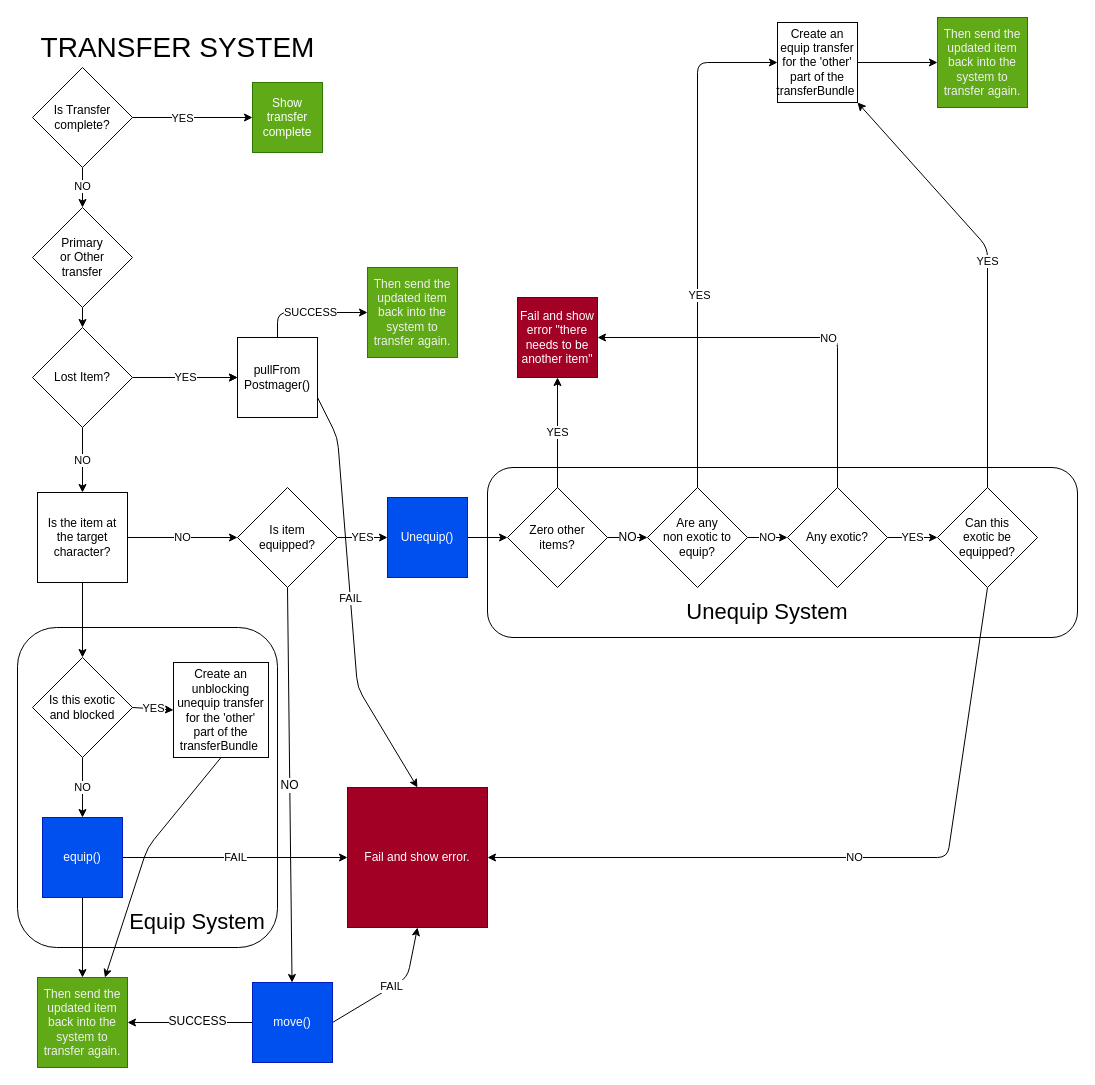
This is mono/docs/starlight/src/content/docs/transferSystem.dio from NigelBreslaw/guardian-ghost, a draw.io file, before an edit. Source tidied: cells renumbered, new cells numbered last; positions are measured from the earlier drawing's top-left corner, leaving out a move shared by most shapes. Both pictures are drawn from the tidied source at 100%, with x=0, y=0 at pixel (17, 17).
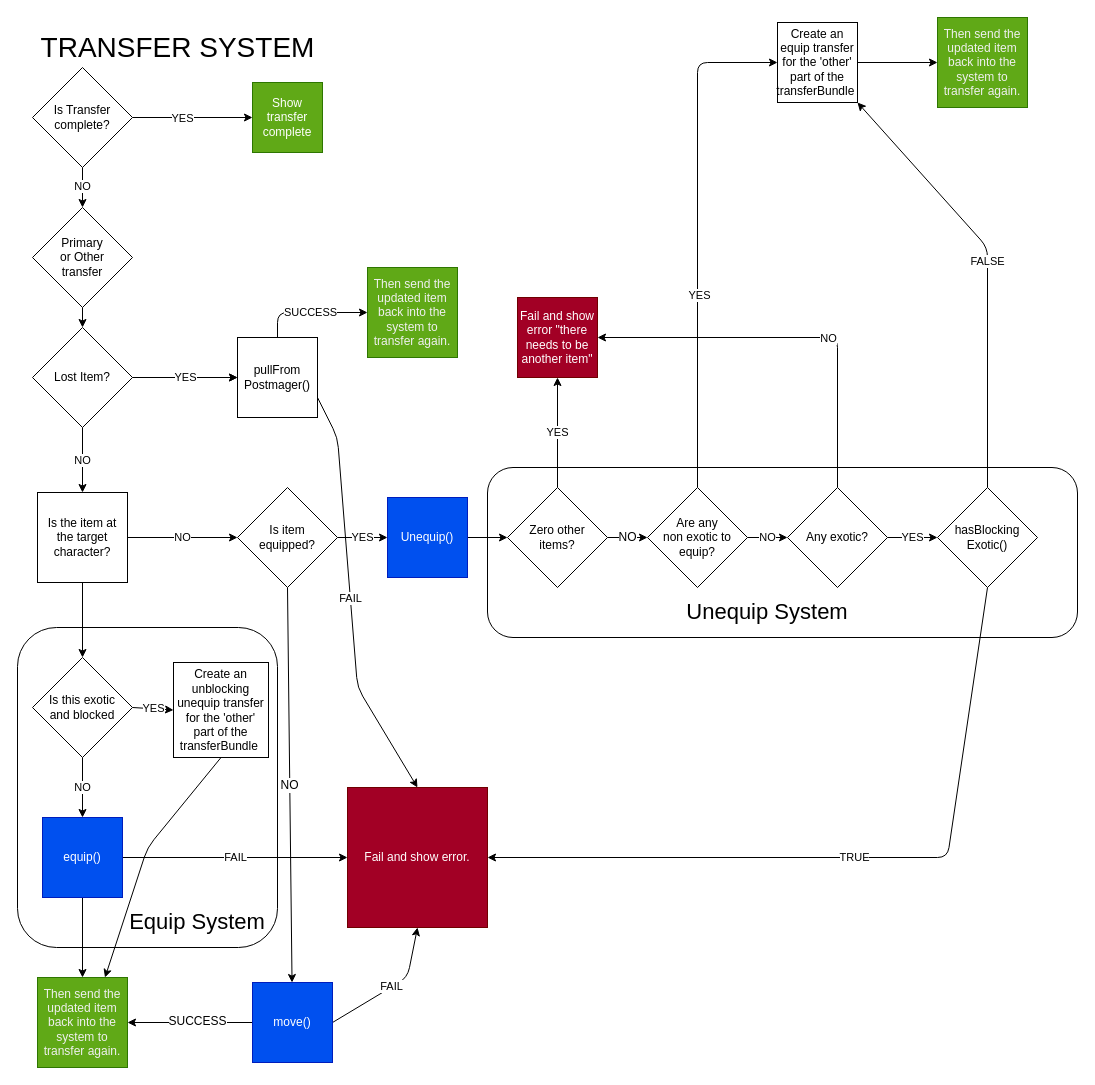
Above is the later version.

Commit message:
docs: Tweak transfer flow

Unchanged cells that the change refers to:
```xml
<mxCell id="24" value="Create an equip transfer for the 'other' part of the transferBundle&amp;nbsp;" style="whiteSpace=wrap;html=1;" parent="1" vertex="1">
  <mxGeometry x="760" y="5" width="80" height="80" as="geometry" />
</mxCell>
<mxCell id="45" value="Fail and show error." style="whiteSpace=wrap;html=1;fillColor=#a20025;fontColor=#ffffff;strokeColor=#6F0000;" parent="1" vertex="1">
  <mxGeometry x="330" y="770" width="140" height="140" as="geometry" />
</mxCell>
```

Diff of the diagram source:
```diff
@@
-    <mxCell id="30" value="YES" style="edgeStyle=none;html=1;exitX=0.5;exitY=0;exitDx=0;exitDy=0;entryX=1;entryY=1;entryDx=0;entryDy=0;" parent="1" edge="1" source="32" target="24">
+    <mxCell id="30" value="FALSE" style="edgeStyle=none;html=1;exitX=0.5;exitY=0;exitDx=0;exitDy=0;entryX=1;entryY=1;entryDx=0;entryDy=0;" parent="1" edge="1" source="32" target="24">
       <mxGeometry x="0.04" relative="1" as="geometry">
         <Array as="points">
           <mxPoint x="970" y="230" />
         </Array>
       </mxGeometry>
     </mxCell>
-    <mxCell id="31" value="NO" style="edgeStyle=none;html=1;exitX=0.5;exitY=1;exitDx=0;exitDy=0;entryX=1;entryY=0.5;entryDx=0;entryDy=0;" parent="1" edge="1" source="32" target="45">
+    <mxCell id="31" value="TRUE" style="edgeStyle=none;html=1;exitX=0.5;exitY=1;exitDx=0;exitDy=0;entryX=1;entryY=0.5;entryDx=0;entryDy=0;" parent="1" edge="1" source="32" target="45">
       <mxGeometry relative="1" as="geometry">
         <Array as="points">
           <mxPoint x="930" y="840" />
         </Array>
       </mxGeometry>
     </mxCell>
-    <mxCell id="32" value="Can this &lt;br&gt;exotic be equipped?" style="rhombus;whiteSpace=wrap;html=1;" parent="1" vertex="1">
+    <mxCell id="32" value="hasBlocking&lt;br&gt;Exotic()" style="rhombus;whiteSpace=wrap;html=1;" parent="1" vertex="1">
       <mxGeometry x="920" y="470" width="100" height="100" as="geometry" />
     </mxCell>
```
